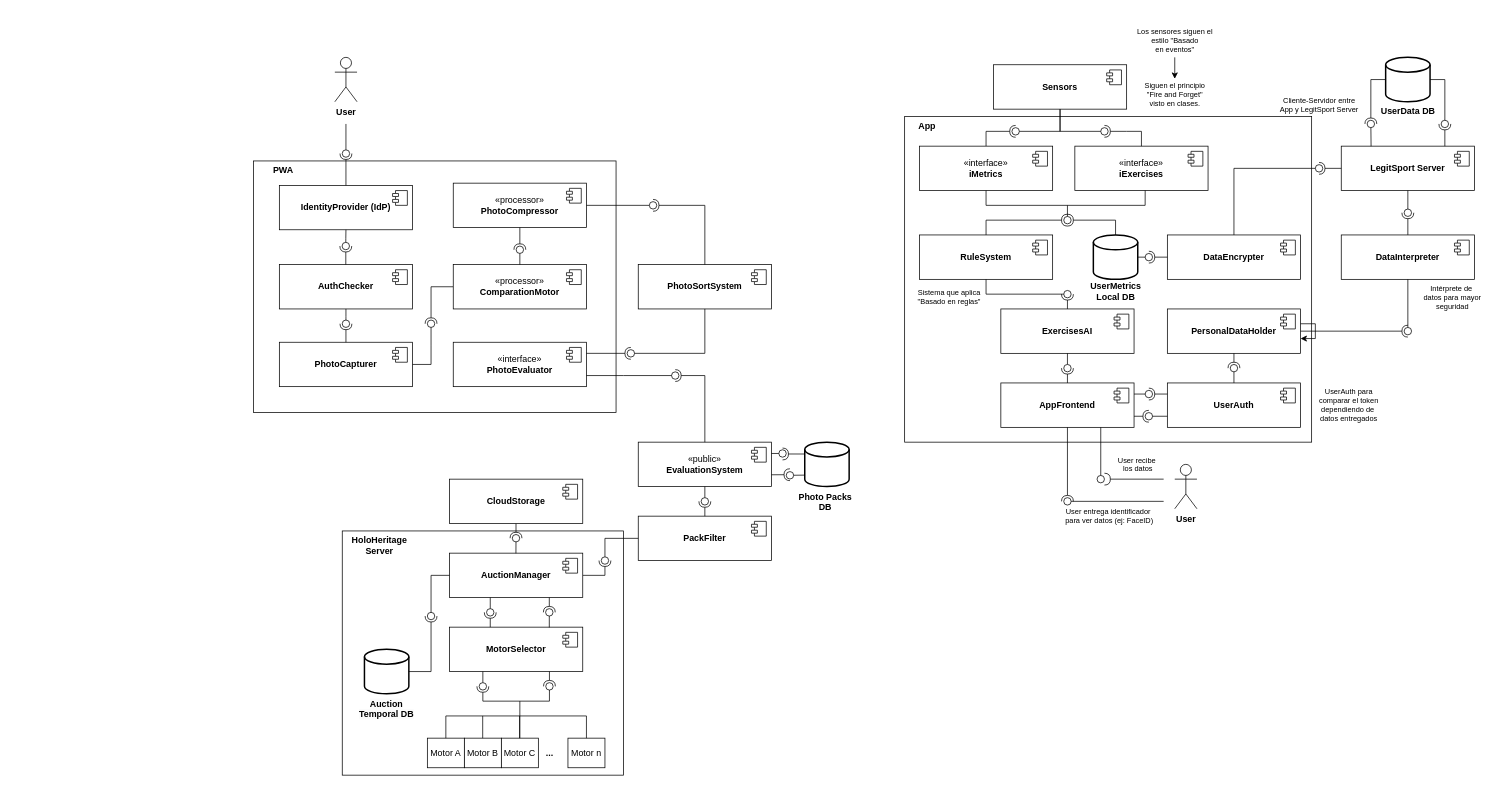
dgolzm/E1-2024-2 keeps this draw.io diagram as Diagrama sin título.drawio. Above is the earlier version. Source tidied: cells renumbered, new cells numbered last; positions are measured from the earlier drawing's top-left corner, leaving out a move shared by most shapes. Both pictures are drawn from the tidied source at 74%, with x=0, y=0 at pixel (253, 13).
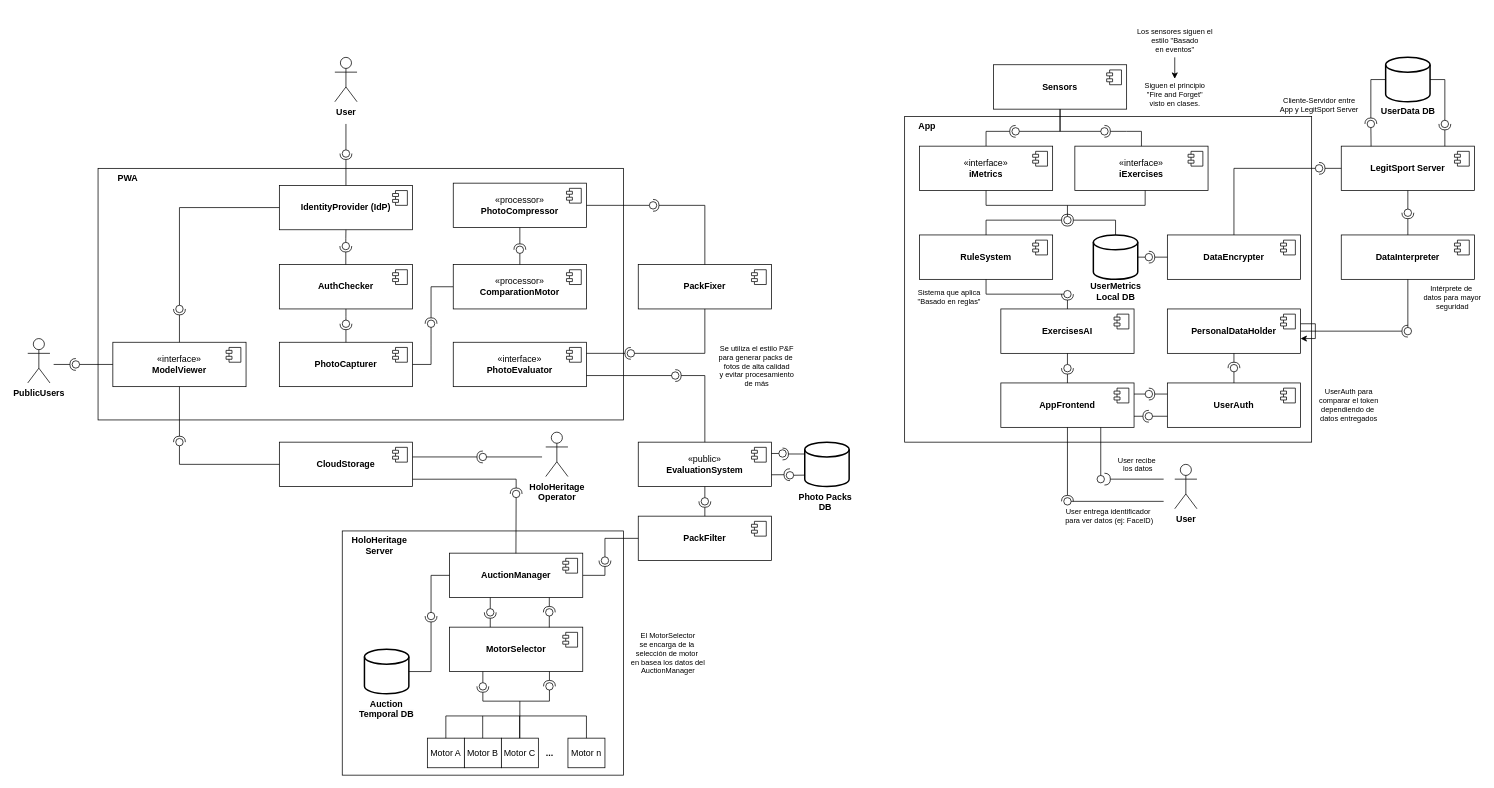
Above is the later version.

The change refers to these unchanged cells:
```xml
<mxCell id="95" value="&lt;b&gt;IdentityProvider (IdP)&lt;/b&gt;" style="html=1;whiteSpace=wrap;" parent="1" vertex="1">
  <mxGeometry x="35" y="233" width="180" height="60" as="geometry" />
</mxCell>
```

Diff of the diagram source:
```diff
@@
+    <mxCell id="178" style="html=1;whiteSpace=wrap;" parent="1" vertex="1">
+      <mxGeometry x="-210" y="210" width="710" height="340" as="geometry" />
+    </mxCell>
@@
-    <mxCell id="3" style="html=1;whiteSpace=wrap;" parent="1" vertex="1">
-      <mxGeometry y="200" width="490" height="340" as="geometry" />
-    </mxCell>
@@
-    <mxCell id="111" value="&lt;b&gt;PhotoSortSystem&lt;/b&gt;" style="html=1;whiteSpace=wrap;" parent="1" vertex="1">
+    <mxCell id="111" value="&lt;b&gt;PackFixer&lt;/b&gt;" style="html=1;whiteSpace=wrap;" parent="1" vertex="1">
       <mxGeometry x="520" y="340" width="180" height="60" as="geometry" />
     </mxCell>
@@
     <mxCell id="128" value="PWA" style="text;align=center;fontStyle=1;verticalAlign=middle;spacingLeft=3;spacingRight=3;strokeColor=none;html=1;" parent="1" vertex="1">
-      <mxGeometry y="200" width="80" height="26" as="geometry" />
+      <mxGeometry x="-210" y="210" width="80" height="26" as="geometry" />
     </mxCell>
@@
     <mxCell id="172" style="rounded=0;orthogonalLoop=1;jettySize=auto;html=1;endArrow=oval;endFill=0;sketch=0;sourcePerimeterSpacing=0;targetPerimeterSpacing=0;endSize=10;exitX=0.722;exitY=0.007;exitDx=0;exitDy=0;exitPerimeter=0;" parent="1" edge="1">
       <mxGeometry relative="1" as="geometry">
         <mxPoint x="354.7" y="730.2" as="sourcePoint" />
-        <mxPoint x="354.8" y="709.8" as="targetPoint" />
+        <mxPoint x="355" y="650" as="targetPoint" />
       </mxGeometry>
     </mxCell>
-    <mxCell id="173" style="rounded=0;orthogonalLoop=1;jettySize=auto;html=1;endArrow=halfCircle;endFill=0;endSize=6;strokeWidth=1;sketch=0;" parent="1" edge="1">
+    <mxCell id="173" style="rounded=0;jettySize=auto;html=1;endArrow=halfCircle;endFill=0;endSize=6;strokeWidth=1;sketch=0;exitX=0.997;exitY=0.835;exitDx=0;exitDy=0;exitPerimeter=0;" parent="1" edge="1" source="174">
       <mxGeometry relative="1" as="geometry">
-        <mxPoint x="354.8" y="689.8" as="sourcePoint" />
-        <mxPoint x="354.8" y="709.8" as="targetPoint" />
+        <mxPoint x="355" y="650" as="targetPoint" />
         <Array as="points">
-          <mxPoint x="354.8" y="709.8" />
+          <mxPoint x="355" y="630" />
         </Array>
       </mxGeometry>
     </mxCell>
     <mxCell id="174" value="&lt;b&gt;CloudStorage&lt;/b&gt;" style="html=1;whiteSpace=wrap;" parent="1" vertex="1">
-      <mxGeometry x="265" y="630" width="180" height="60" as="geometry" />
+      <mxGeometry x="35" y="580" width="180" height="60" as="geometry" />
     </mxCell>
@@
+    <mxCell id="179" style="rounded=0;orthogonalLoop=1;jettySize=auto;html=1;endArrow=halfCircle;endFill=0;endSize=6;strokeWidth=1;sketch=0;" parent="1" edge="1">
+      <mxGeometry relative="1" as="geometry">
+        <mxPoint x="215" y="600" as="sourcePoint" />
+        <mxPoint x="310" y="600" as="targetPoint" />
+      </mxGeometry>
+    </mxCell>
+    <mxCell id="180" style="rounded=0;orthogonalLoop=1;jettySize=auto;html=1;endArrow=oval;endFill=0;sketch=0;sourcePerimeterSpacing=0;targetPerimeterSpacing=0;endSize=10;" parent="1" edge="1">
+      <mxGeometry relative="1" as="geometry">
+        <mxPoint x="390" y="600" as="sourcePoint" />
+        <mxPoint x="310" y="600" as="targetPoint" />
+      </mxGeometry>
+    </mxCell>
+    <mxCell id="181" value="&lt;b&gt;HoloHeritage&lt;/b&gt;&lt;div&gt;&lt;b&gt;Operator&lt;/b&gt;&lt;/div&gt;" style="shape=umlActor;verticalLabelPosition=bottom;verticalAlign=top;html=1;" parent="1" vertex="1">
+      <mxGeometry x="395" y="566.5" width="30" height="60" as="geometry" />
+    </mxCell>
+    <mxCell id="182" value="«interface»&lt;br&gt;&lt;b&gt;ModelViewer&lt;/b&gt;" style="html=1;whiteSpace=wrap;" parent="1" vertex="1">
+      <mxGeometry x="-190" y="445" width="180" height="60" as="geometry" />
+    </mxCell>
+    <mxCell id="183" style="shape=module;jettyWidth=8;jettyHeight=4;" parent="182" vertex="1">
+      <mxGeometry x="1" width="20" height="20" relative="1" as="geometry">
+        <mxPoint x="-27" y="7" as="offset" />
+      </mxGeometry>
+    </mxCell>
+    <mxCell id="184" style="rounded=0;jettySize=auto;html=1;endArrow=halfCircle;endFill=0;endSize=6;strokeWidth=1;sketch=0;exitX=0.5;exitY=0;exitDx=0;exitDy=0;" parent="1" edge="1" source="182">
+      <mxGeometry relative="1" as="geometry">
+        <mxPoint x="-100" y="400" as="targetPoint" />
+      </mxGeometry>
+    </mxCell>
+    <mxCell id="185" style="rounded=0;jettySize=auto;html=1;endArrow=oval;endFill=0;sketch=0;sourcePerimeterSpacing=0;targetPerimeterSpacing=0;endSize=10;exitX=0;exitY=0.5;exitDx=0;exitDy=0;" parent="1" edge="1" source="95">
+      <mxGeometry relative="1" as="geometry">
+        <mxPoint x="-100" y="400" as="targetPoint" />
+        <Array as="points">
+          <mxPoint x="-100" y="263" />
+        </Array>
+      </mxGeometry>
+    </mxCell>
+    <mxCell id="186" style="ellipse;whiteSpace=wrap;html=1;align=center;fillColor=none;strokeColor=none;perimeter=centerPerimeter;" parent="1" vertex="1">
+      <mxGeometry x="-325" y="450" width="10" height="10" as="geometry" />
+    </mxCell>
+    <mxCell id="187" value="&lt;b&gt;PublicUsers&lt;/b&gt;" style="shape=umlActor;verticalLabelPosition=bottom;verticalAlign=top;html=1;" parent="1" vertex="1">
+      <mxGeometry x="-305" y="440" width="30" height="60" as="geometry" />
+    </mxCell>
+    <mxCell id="188" style="rounded=0;orthogonalLoop=1;jettySize=auto;html=1;endArrow=halfCircle;endFill=0;endSize=6;strokeWidth=1;sketch=0;" parent="1" edge="1">
+      <mxGeometry relative="1" as="geometry">
+        <mxPoint x="-270" y="475" as="sourcePoint" />
+        <mxPoint x="-240" y="475" as="targetPoint" />
+      </mxGeometry>
+    </mxCell>
+    <mxCell id="189" style="rounded=0;jettySize=auto;html=1;endArrow=oval;endFill=0;sketch=0;sourcePerimeterSpacing=0;targetPerimeterSpacing=0;endSize=10;exitX=0;exitY=0.5;exitDx=0;exitDy=0;" parent="1" edge="1" source="182">
+      <mxGeometry relative="1" as="geometry">
+        <mxPoint x="-240" y="475" as="targetPoint" />
+      </mxGeometry>
+    </mxCell>
+    <mxCell id="190" style="ellipse;whiteSpace=wrap;html=1;align=center;fillColor=none;strokeColor=none;perimeter=centerPerimeter;" parent="1" vertex="1">
+      <mxGeometry x="-315" y="495" width="10" height="10" as="geometry" />
+    </mxCell>
+    <mxCell id="191" style="rounded=0;jettySize=auto;html=1;endArrow=halfCircle;endFill=0;endSize=6;strokeWidth=1;sketch=0;exitX=0.5;exitY=1;exitDx=0;exitDy=0;" parent="1" edge="1" source="182">
+      <mxGeometry relative="1" as="geometry">
+        <mxPoint x="-100" y="580" as="targetPoint" />
+      </mxGeometry>
+    </mxCell>
+    <mxCell id="192" style="rounded=0;jettySize=auto;html=1;endArrow=oval;endFill=0;sketch=0;sourcePerimeterSpacing=0;targetPerimeterSpacing=0;endSize=10;exitX=0;exitY=0.5;exitDx=0;exitDy=0;" parent="1" edge="1" source="174">
+      <mxGeometry relative="1" as="geometry">
+        <mxPoint x="-100" y="580" as="targetPoint" />
+        <Array as="points">
+          <mxPoint x="-100" y="610" />
+        </Array>
+      </mxGeometry>
+    </mxCell>
+    <mxCell id="193" value="&lt;div&gt;El MotorSelector&lt;/div&gt;&lt;div&gt;se encarga de la&amp;nbsp;&lt;/div&gt;&lt;div&gt;selección de motor&amp;nbsp;&lt;/div&gt;&lt;div&gt;en base&lt;span style=&quot;background-color: initial;&quot;&gt;a los datos del&lt;/span&gt;&lt;/div&gt;&lt;div&gt;AuctionManager&lt;/div&gt;" style="text;align=center;fontStyle=0;verticalAlign=middle;spacingLeft=3;spacingRight=3;strokeColor=none;html=1;fontSize=10;" parent="1" vertex="1">
+      <mxGeometry x="530" y="828.5" width="60" height="73" as="geometry" />
+    </mxCell>
+    <mxCell id="194" value="&lt;div&gt;Se utiliza el estilo P&amp;amp;F&lt;/div&gt;&lt;div&gt;para generar packs de&amp;nbsp;&lt;/div&gt;&lt;div&gt;fotos&amp;nbsp;&lt;span style=&quot;background-color: initial;&quot;&gt;de alta calidad&lt;/span&gt;&lt;/div&gt;&lt;div&gt;y evitar&amp;nbsp;&lt;span style=&quot;background-color: initial;&quot;&gt;procesamient&lt;/span&gt;&lt;span style=&quot;background-color: initial;&quot;&gt;o&lt;/span&gt;&lt;/div&gt;&lt;div&gt;&lt;span style=&quot;background-color: initial;&quot;&gt;de más&lt;/span&gt;&lt;/div&gt;" style="text;align=center;fontStyle=0;verticalAlign=middle;spacingLeft=3;spacingRight=3;strokeColor=none;html=1;fontSize=10;" parent="1" vertex="1">
+      <mxGeometry x="650" y="440" width="60" height="73" as="geometry" />
+    </mxCell>
```
